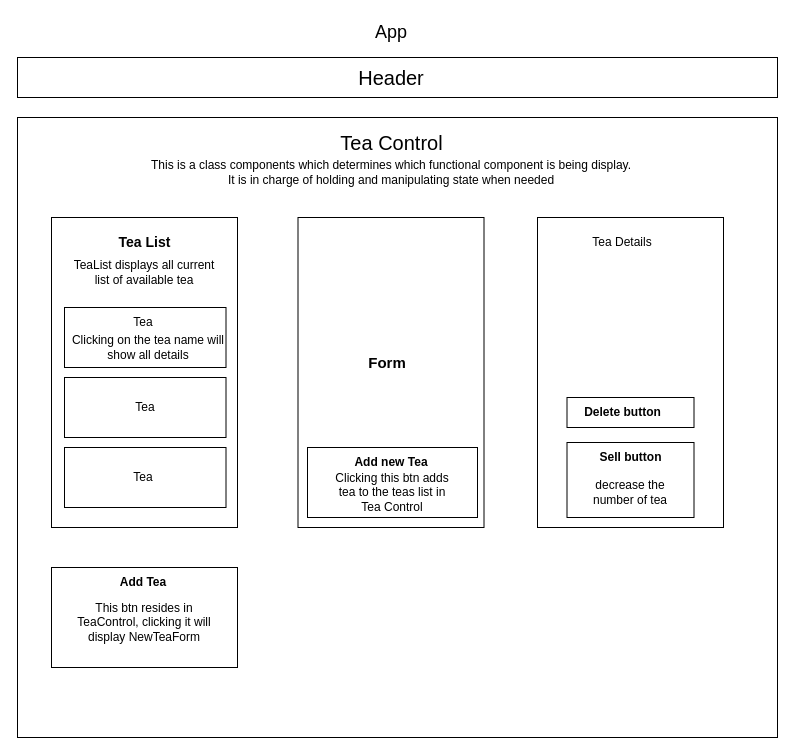
Earlier version of the draw.io diagram src/TeaShop.drawio (DaniyaYelemessova/Tea-Shop-Inventory-Tracker). Source tidied: cells renumbered, new cells numbered last; positions are measured from the earlier drawing's top-left corner, leaving out a move shared by most shapes. Both pictures are drawn from the tidied source at 100%, with x=0, y=0 at pixel (17, 17).
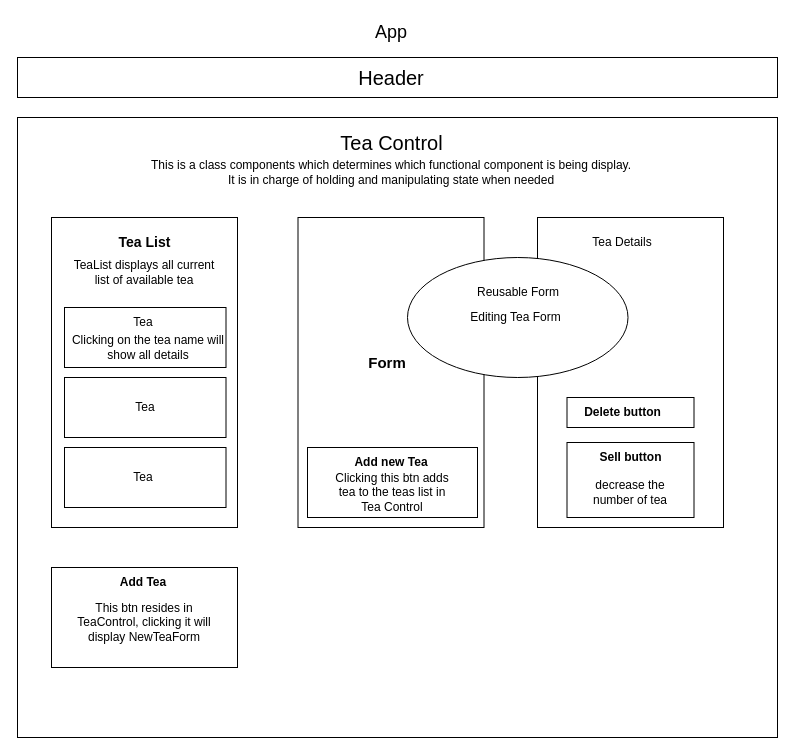
The same page after the edit.

The edit, as a diff of the source:
```diff
@@
+    <mxCell id="33" style="ellipse;whiteSpace=wrap;html=1;" parent="1" vertex="1">
+      <mxGeometry x="390" y="240" width="220.5" height="120" as="geometry" />
+    </mxCell>
+    <mxCell id="34" value="Reusable Form" style="text;strokeColor=none;align=center;fillColor=none;html=1;verticalAlign=middle;whiteSpace=wrap;rounded=0;" parent="1" vertex="1">
+      <mxGeometry x="453.5" y="260" width="93.5" height="30" as="geometry" />
+    </mxCell>
+    <mxCell id="35" value="Editing Tea Form" style="text;strokeColor=none;align=center;fillColor=none;html=1;verticalAlign=middle;whiteSpace=wrap;rounded=0;" parent="1" vertex="1">
+      <mxGeometry x="440" y="285" width="116.5" height="30" as="geometry" />
+    </mxCell>
```
